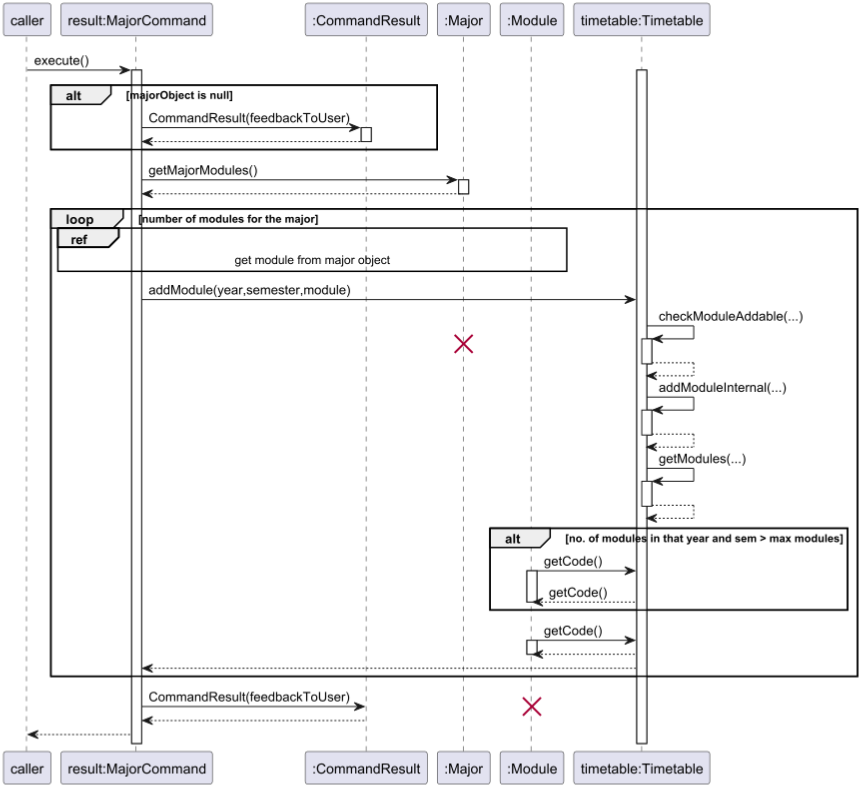
This is docs/diagrams/majorCommand.png from mendax1234/tp, a PlantUML export, as it was before one commit. Its source is kept beside it as docs/diagrams/majorCommand.puml.
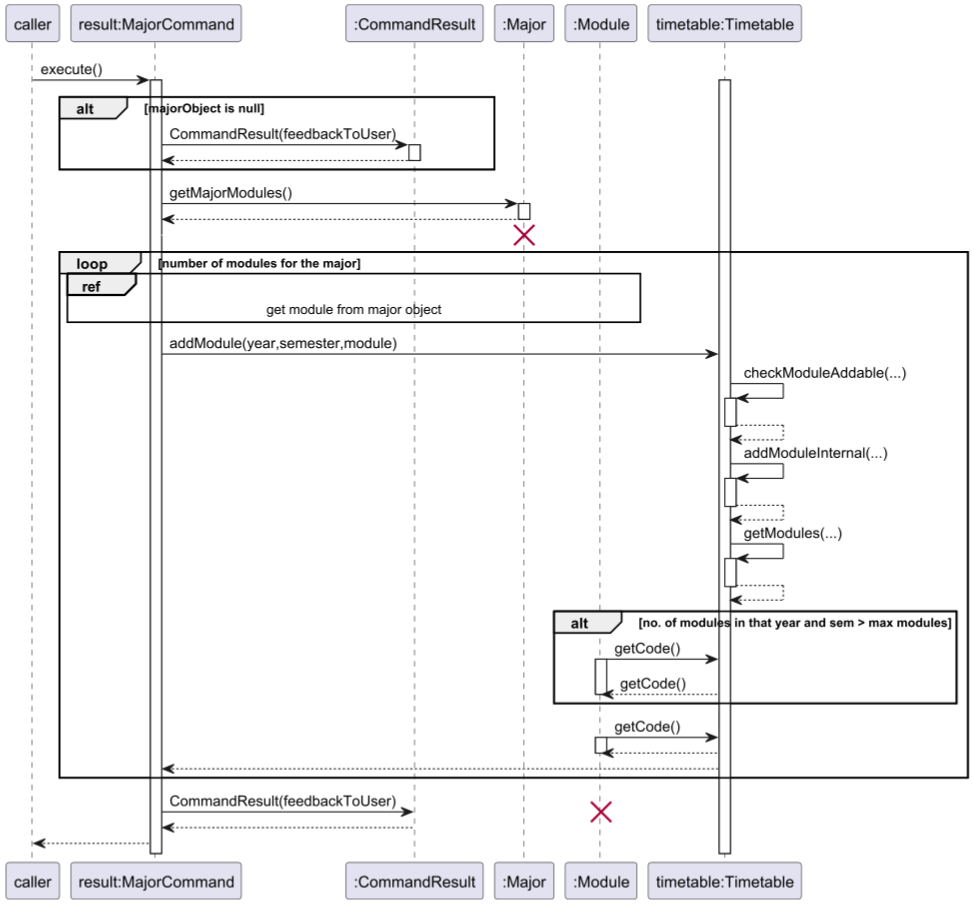
After the change.

Commit message:
Fix MajorCommand sequence diagram

What changed in the source:
```diff
@@ -20,12 +20,13 @@
 activate ":Major"
 "result:MajorCommand" <-- ":Major"
 deactivate ":Major"
+"result:MajorCommand" -[#white]-> ":Major"
+destroy ":Major"
 loop number of modules for the major
     ref over "result:MajorCommand", ":Module": get module from major object
     "result:MajorCommand" -> "timetable:Timetable": addModule(year,semester,module)
     "timetable:Timetable" -> "timetable:Timetable": checkModuleAddable(...)
     activate "timetable:Timetable"
-    destroy ":Major"
     "timetable:Timetable" --> "timetable:Timetable"
     deactivate "timetable:Timetable"
 
```
